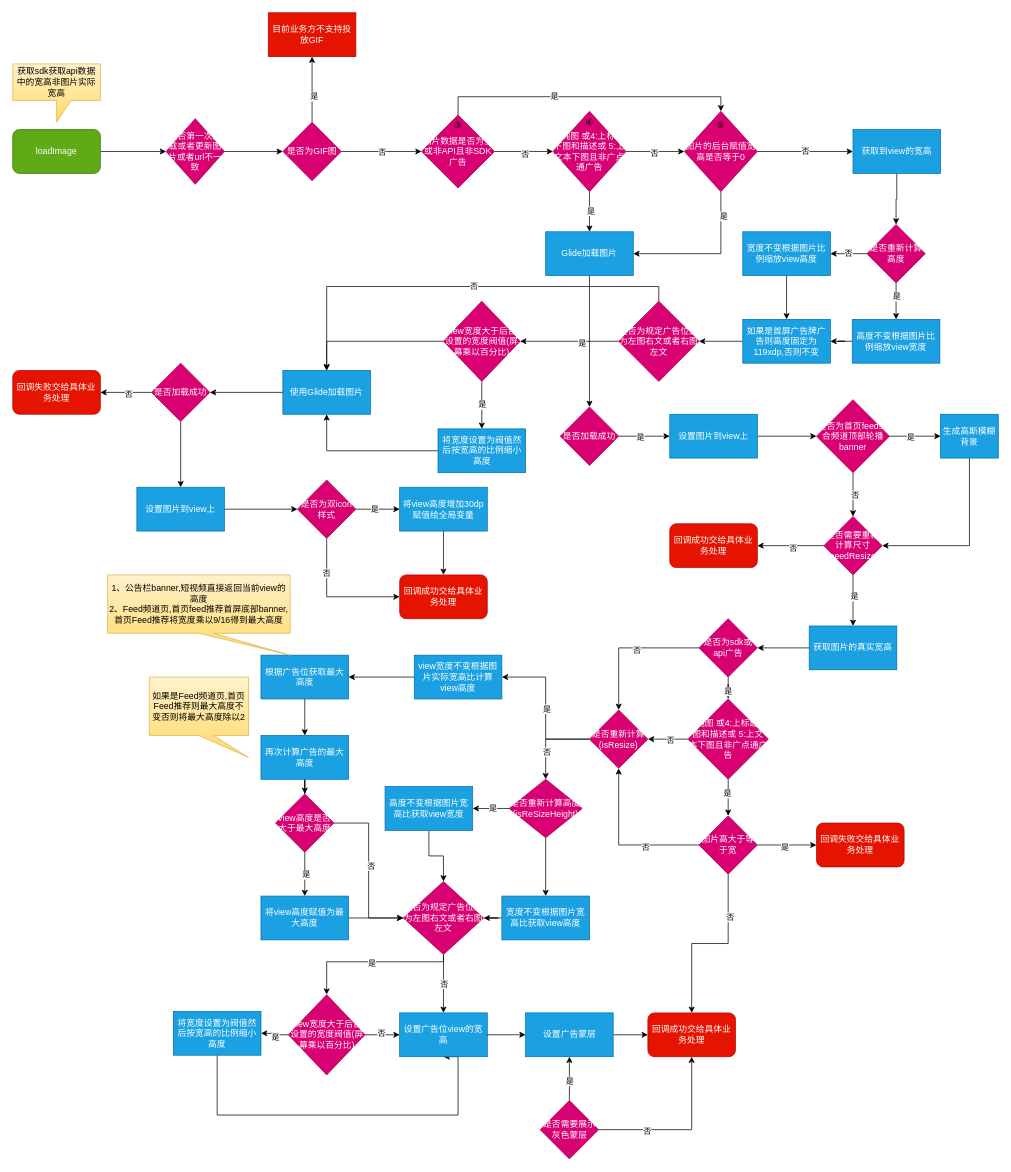
Earlier version of the draw.io diagram moji/banner广告位图片渲染流程梳理.drawio (HengqianSong/drawIO). Source tidied: cells renumbered, new cells numbered last; positions are measured from the earlier drawing's top-left corner, leaving out a move shared by most shapes. Both pictures are drawn from the tidied source at 73%, with x=0, y=0 at pixel (12, 12).
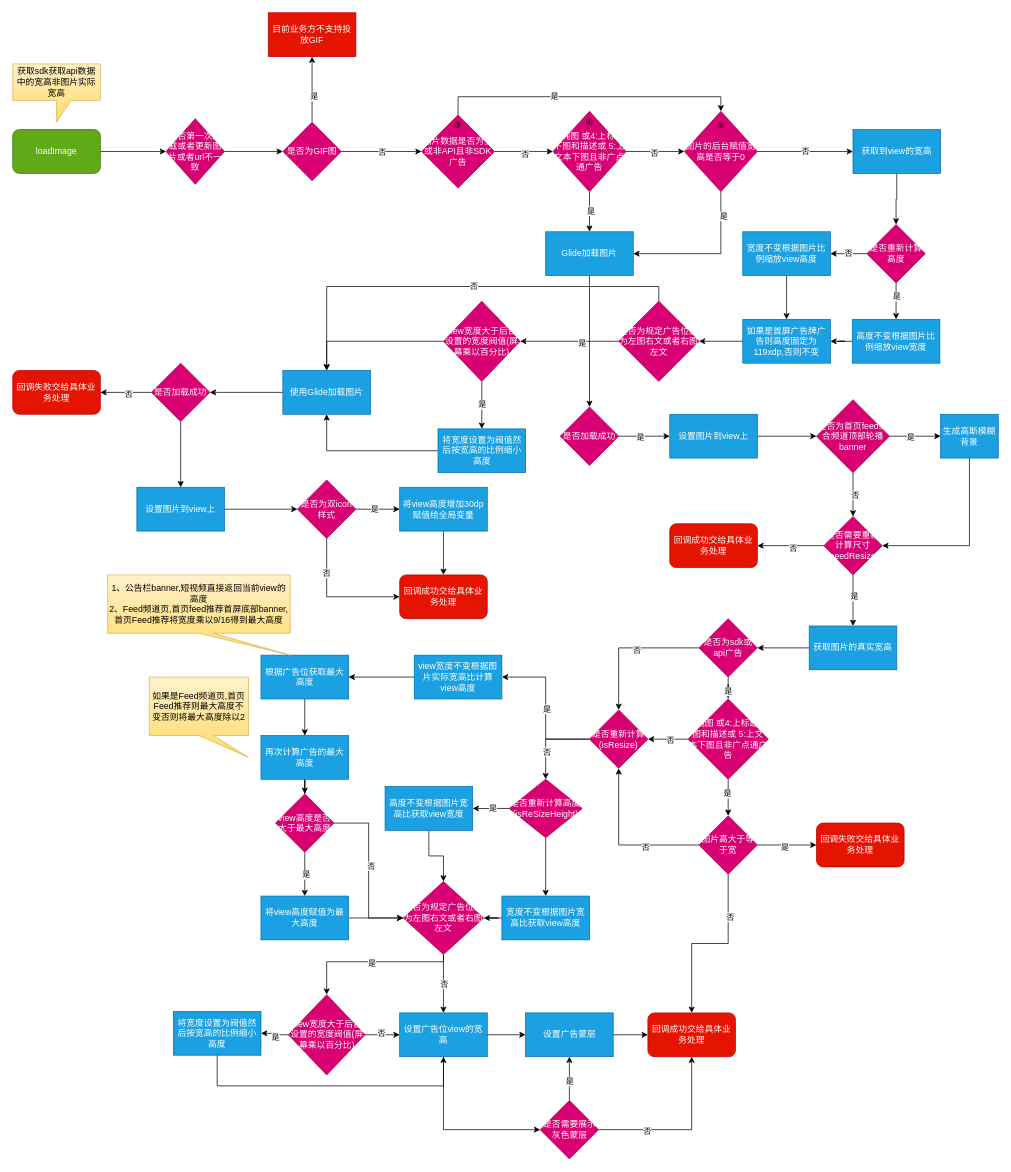
The same diagram, later.

Commit message:
更新banner广告位图片渲染流程梳理.drawio

Unchanged cells that the change refers to:
```xml
<mxCell id="146" value="将宽度设置为阀值然后按宽高的比例缩小高度" style="rounded=0;whiteSpace=wrap;html=1;fillColor=#1ba1e2;fontColor=#ffffff;strokeColor=#006EAF;" parent="1" vertex="1">
  <mxGeometry x="220" y="1368" width="120" height="60" as="geometry" />
</mxCell>
<mxCell id="147" value="设置广告位view的宽高" style="rounded=0;whiteSpace=wrap;html=1;fillColor=#1ba1e2;fontColor=#ffffff;strokeColor=#006EAF;" parent="1" vertex="1">
  <mxGeometry x="530" y="1370" width="120" height="60" as="geometry" />
</mxCell>
<mxCell id="152" value="是否需要展示灰色蒙层" style="rhombus;whiteSpace=wrap;html=1;rounded=0;fillColor=#d80073;fontColor=#ffffff;strokeColor=#A50040;" parent="1" vertex="1">
  <mxGeometry x="722.5" y="1490" width="80" height="80" as="geometry" />
</mxCell>
```

The edit, as a diff of the source:
```diff
@@
     <mxCell id="145" style="edgeStyle=orthogonalEdgeStyle;rounded=0;jettySize=auto;html=1;entryX=0.5;entryY=1;entryDx=0;entryDy=0;" parent="1" edge="1" source="146" target="147">
       <mxGeometry relative="1" as="geometry">
         <Array as="points">
-          <mxPoint x="280" y="1510" />
-          <mxPoint x="610" y="1510" />
+          <mxPoint x="280" y="1470" />
+          <mxPoint x="590" y="1470" />
         </Array>
       </mxGeometry>
     </mxCell>
@@
+    <mxCell id="160" style="edgeStyle=orthogonalEdgeStyle;rounded=0;jettySize=auto;html=1;exitX=0.5;exitY=1;exitDx=0;exitDy=0;entryX=0;entryY=0.5;entryDx=0;entryDy=0;" parent="1" edge="1" source="147" target="152">
+      <mxGeometry relative="1" as="geometry" />
+    </mxCell>
```
